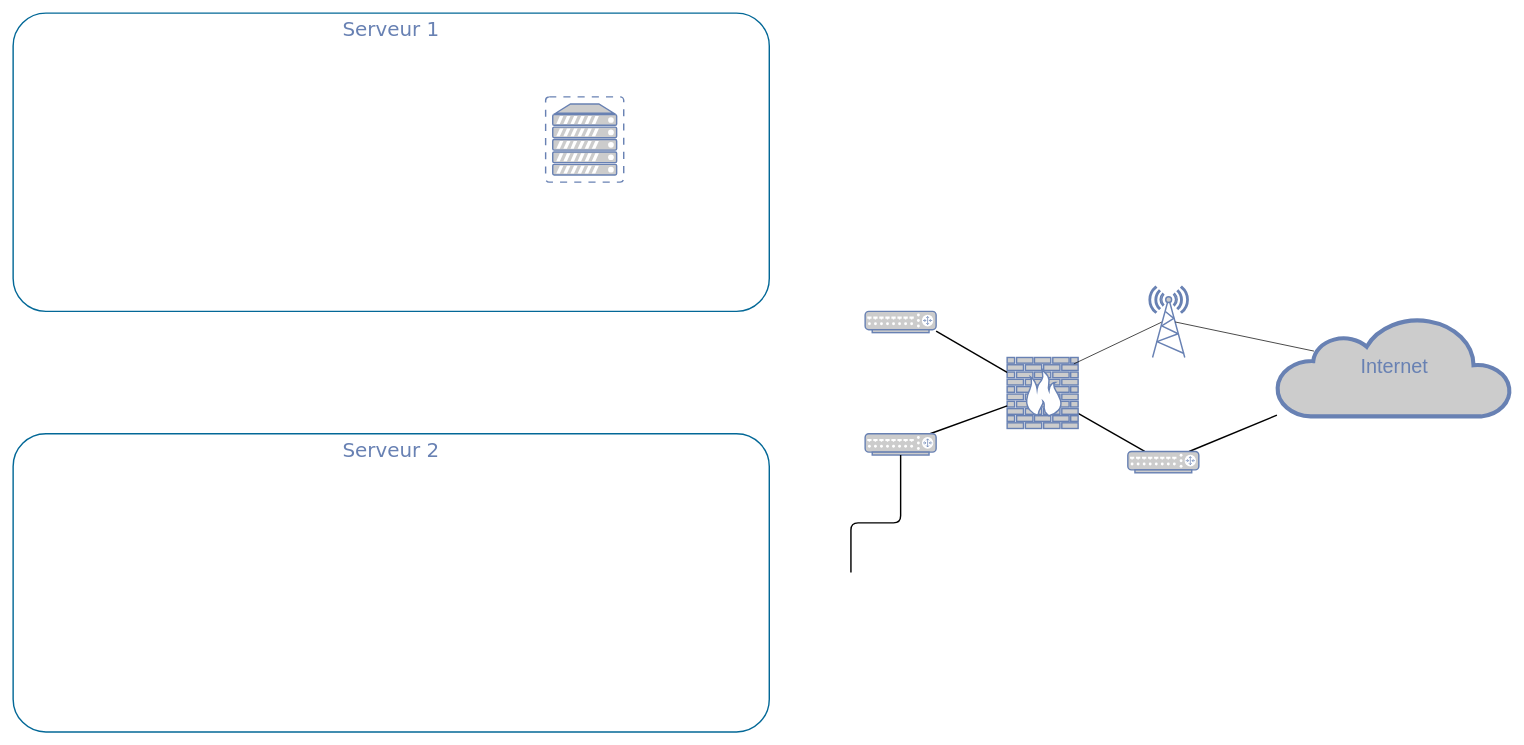
Before: assets/images/reseau_ideal_virtu.drawio in Desaydrone/Desaydrone.github.io, a draw.io diagram. Source tidied: cells renumbered, new cells numbered last; positions are measured from the earlier drawing's top-left corner, leaving out a move shared by most shapes. Both pictures are drawn from the tidied source at 71%, with x=0, y=0 at pixel (13, 13).
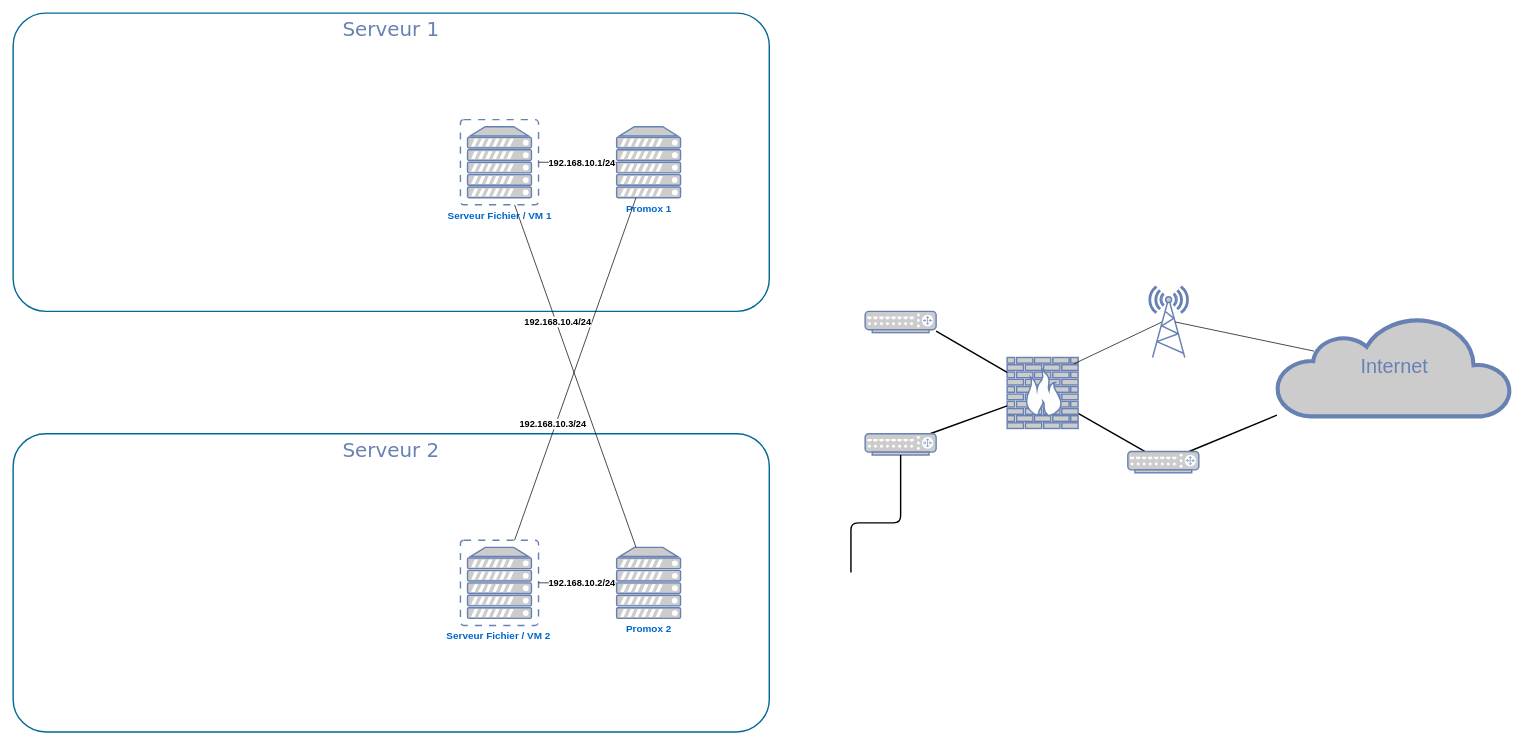
After the change.

The edit, as a diff of the source:
```diff
@@
-    <mxCell id="17" style="fontColor=#0066CC;verticalAlign=top;verticalLabelPosition=bottom;labelPosition=center;align=center;html=1;outlineConnect=0;fillColor=#CCCCCC;strokeColor=#6881B3;gradientColor=none;gradientDirection=north;strokeWidth=2;shape=mxgraph.networks.virtual_server;" parent="1" vertex="1">
-      <mxGeometry x="750" y="118" width="110" height="120" as="geometry" />
+    <mxCell id="17" value="&lt;div&gt;&lt;b&gt;&lt;font style=&quot;font-size: 14px&quot;&gt;Serveur Fichier / VM 2&lt;/font&gt;&lt;/b&gt;&amp;nbsp; &lt;/div&gt;" style="fontColor=#0066CC;verticalAlign=top;verticalLabelPosition=bottom;labelPosition=center;align=center;html=1;outlineConnect=0;fillColor=#CCCCCC;strokeColor=#6881B3;gradientColor=none;gradientDirection=north;strokeWidth=2;shape=mxgraph.networks.virtual_server;" parent="1" vertex="1">
+      <mxGeometry x="630" y="742.4" width="110" height="120" as="geometry" />
     </mxCell>
+    <mxCell id="18" value="&lt;b&gt;&lt;font style=&quot;font-size: 14px&quot;&gt;Promox 1&lt;/font&gt;&lt;/b&gt;" style="fontColor=#0066CC;verticalAlign=top;verticalLabelPosition=bottom;labelPosition=center;align=center;html=1;outlineConnect=0;fillColor=#CCCCCC;strokeColor=#6881B3;gradientColor=none;gradientDirection=north;strokeWidth=2;shape=mxgraph.networks.server;" parent="1" vertex="1">
+      <mxGeometry x="850" y="160" width="90" height="100" as="geometry" />
+    </mxCell>
+    <mxCell id="19" value="&lt;b&gt;&lt;font style=&quot;font-size: 14px&quot;&gt;Serveur Fichier / VM 1&lt;/font&gt;&lt;/b&gt;" style="fontColor=#0066CC;verticalAlign=top;verticalLabelPosition=bottom;labelPosition=center;align=center;html=1;outlineConnect=0;fillColor=#CCCCCC;strokeColor=#6881B3;gradientColor=none;gradientDirection=north;strokeWidth=2;shape=mxgraph.networks.virtual_server;" parent="1" vertex="1">
+      <mxGeometry x="630" y="150" width="110" height="120" as="geometry" />
+    </mxCell>
+    <mxCell id="20" value="&lt;b&gt;&lt;font style=&quot;font-size: 14px&quot;&gt;Promox 2&lt;/font&gt;&lt;/b&gt;" style="fontColor=#0066CC;verticalAlign=top;verticalLabelPosition=bottom;labelPosition=center;align=center;html=1;outlineConnect=0;fillColor=#CCCCCC;strokeColor=#6881B3;gradientColor=none;gradientDirection=north;strokeWidth=2;shape=mxgraph.networks.server;" parent="1" vertex="1">
+      <mxGeometry x="850" y="752.4" width="90" height="100" as="geometry" />
+    </mxCell>
+    <mxCell id="21" style="endArrow=none;html=1;" parent="1" edge="1" source="17" target="18">
+      <mxGeometry relative="1" as="geometry" />
+    </mxCell>
+    <mxCell id="22" value="&lt;b&gt;&lt;font style=&quot;font-size: 13px&quot;&gt;192.168.10.3/24&lt;/font&gt;&lt;/b&gt;" style="edgeLabel;html=1;align=center;verticalAlign=middle;" parent="21" vertex="1">
+      <mxGeometry x="-0.24" y="-2" relative="1" as="geometry">
+        <mxPoint x="-13.3" y="18.7" as="offset" />
+      </mxGeometry>
+    </mxCell>
+    <mxCell id="23" style="endArrow=none;html=1;" parent="1" edge="1" source="18" target="19">
+      <mxGeometry relative="1" as="geometry" />
+    </mxCell>
+    <mxCell id="24" value="&lt;div align=&quot;center&quot;&gt;&lt;b&gt;&lt;font style=&quot;font-size: 13px&quot;&gt;192.168.10.1/24&lt;/font&gt;&lt;/b&gt;&lt;/div&gt;" style="edgeLabel;html=1;align=center;verticalAlign=middle;" parent="23" vertex="1">
+      <mxGeometry x="0.18" y="-1" relative="1" as="geometry">
+        <mxPoint x="15" y="1" as="offset" />
+      </mxGeometry>
+    </mxCell>
+    <mxCell id="25" style="endArrow=none;html=1;" parent="1" edge="1" source="20" target="17">
+      <mxGeometry relative="1" as="geometry" />
+    </mxCell>
+    <mxCell id="26" value="&lt;b&gt;&lt;font style=&quot;font-size: 13px&quot;&gt;192.168.10.2/24&lt;/font&gt;&lt;/b&gt;" style="edgeLabel;html=1;align=center;verticalAlign=middle;" parent="25" vertex="1">
+      <mxGeometry x="-0.44" y="2" relative="1" as="geometry">
+        <mxPoint x="-19" y="-2" as="offset" />
+      </mxGeometry>
+    </mxCell>
+    <mxCell id="27" style="endArrow=none;html=1;" parent="1" edge="1" source="20" target="19">
+      <mxGeometry relative="1" as="geometry" />
+    </mxCell>
+    <mxCell id="28" value="&lt;b&gt;&lt;font style=&quot;font-size: 13px&quot;&gt;192.168.10.4/24&lt;/font&gt;&lt;/b&gt;" style="edgeLabel;html=1;align=center;verticalAlign=middle;" parent="27" vertex="1">
+      <mxGeometry x="0.27" y="2" relative="1" as="geometry">
+        <mxPoint y="-11.8" as="offset" />
+      </mxGeometry>
+    </mxCell>
```
